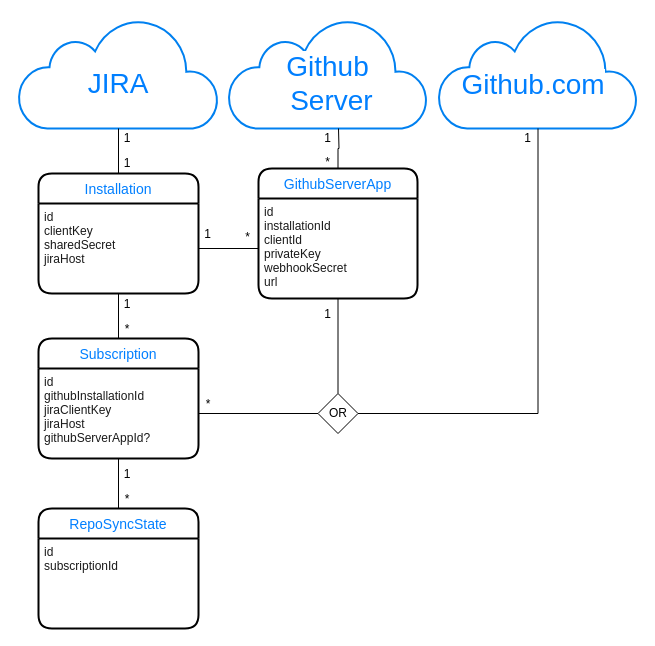
Earlier version of the draw.io diagram docs/draw.io/data-model.drawio.xml (atlassian/github-for-jira). Source tidied: cells renumbered, new cells numbered last; positions are measured from the earlier drawing's top-left corner, leaving out a move shared by most shapes. Both pictures are drawn from the tidied source at 100%, with x=0, y=0 at pixel (18, 18).
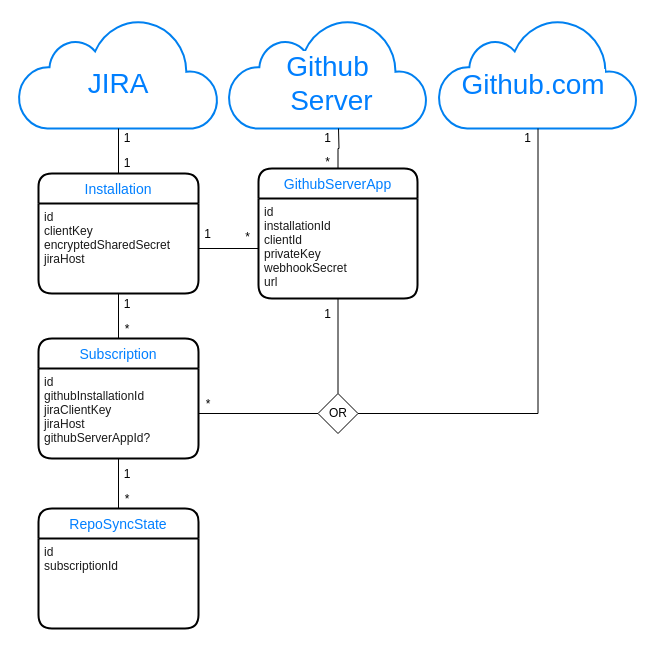
The same diagram, later.

The change refers to these unchanged cells:
```xml
<mxCell id="14" value="Installation" style="swimlane;horizontal=1;startSize=30;rounded=1;fontSize=14;fontStyle=0;strokeWidth=2;shadow=0;dashed=0;align=center;fontColor=#007FFF;glass=0;" parent="1" vertex="1">
  <mxGeometry x="20" y="155" width="160" height="120" as="geometry" />
</mxCell>
```

What changed in the source:
```diff
@@
-    <mxCell id="15" value="id&#10;clientKey&#10;sharedSecret&#10;jiraHost" style="align=left;strokeColor=none;fillColor=none;spacingLeft=4;fontSize=12;verticalAlign=top;fontColor=#1A1A1A;" parent="14" vertex="1">
+    <mxCell id="15" value="id&#10;clientKey&#10;encryptedSharedSecret&#10;jiraHost" style="align=left;strokeColor=none;fillColor=none;spacingLeft=4;fontSize=12;verticalAlign=top;fontColor=#1A1A1A;" parent="14" vertex="1">
       <mxGeometry y="30" width="160" height="90" as="geometry" />
     </mxCell>
```
